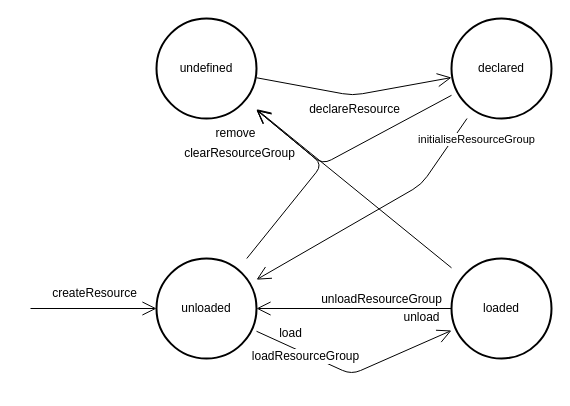
The draw.io diagram page "Page-3" (3 of 3) of Ogre/Ogre资源模块.drawio in VistorJeff/Knowledge, before the edit. Source tidied: cells renumbered, new cells numbered last; positions are measured from the earlier drawing's top-left corner, leaving out a move shared by most shapes. Both pictures are drawn from the tidied source at 100%, with x=0, y=0 at pixel (30, 18).
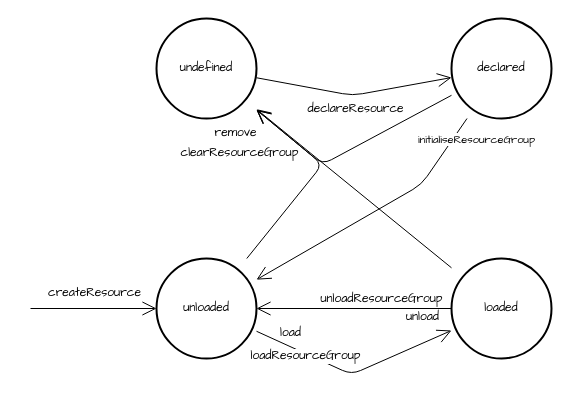
Above is the later version.

What changed in the source:
```diff
@@
-    <mxCell id="2" value="undefined" style="strokeWidth=2;html=1;shape=mxgraph.flowchart.start_2;whiteSpace=wrap;" parent="1" vertex="1">
+    <mxCell id="2" value="undefined" style="strokeWidth=2;html=1;shape=mxgraph.flowchart.start_2;whiteSpace=wrap;fontFamily=Comic Sans MS;" parent="1" vertex="1">
       <mxGeometry x="126" width="100" height="100" as="geometry" />
     </mxCell>
-    <mxCell id="3" value="declared" style="strokeWidth=2;html=1;shape=mxgraph.flowchart.start_2;whiteSpace=wrap;" parent="1" vertex="1">
+    <mxCell id="3" value="declared" style="strokeWidth=2;html=1;shape=mxgraph.flowchart.start_2;whiteSpace=wrap;fontFamily=Comic Sans MS;" parent="1" vertex="1">
       <mxGeometry x="421" width="100" height="100" as="geometry" />
     </mxCell>
-    <mxCell id="4" value="loaded" style="strokeWidth=2;html=1;shape=mxgraph.flowchart.start_2;whiteSpace=wrap;" parent="1" vertex="1">
+    <mxCell id="4" value="loaded" style="strokeWidth=2;html=1;shape=mxgraph.flowchart.start_2;whiteSpace=wrap;fontFamily=Comic Sans MS;" parent="1" vertex="1">
       <mxGeometry x="421" y="240" width="100" height="100" as="geometry" />
     </mxCell>
-    <mxCell id="5" value="unloaded" style="strokeWidth=2;html=1;shape=mxgraph.flowchart.start_2;whiteSpace=wrap;" parent="1" vertex="1">
+    <mxCell id="5" value="unloaded" style="strokeWidth=2;html=1;shape=mxgraph.flowchart.start_2;whiteSpace=wrap;fontFamily=Comic Sans MS;" parent="1" vertex="1">
       <mxGeometry x="126" y="240" width="100" height="100" as="geometry" />
     </mxCell>
-    <mxCell id="6" style="endArrow=open;endFill=1;endSize=12;html=1;" parent="1" edge="1" source="3" target="5">
+    <mxCell id="6" style="endArrow=open;endFill=1;endSize=12;html=1;fontFamily=Comic Sans MS;" parent="1" edge="1" source="3" target="5">
       <mxGeometry relative="1" as="geometry">
         <Array as="points">
           <mxPoint x="391" y="166" />
         </Array>
       </mxGeometry>
     </mxCell>
-    <mxCell id="7" value="initialiseResourceGroup" style="edgeLabel;html=1;align=center;verticalAlign=middle;rotation=0;" parent="6" vertex="1">
+    <mxCell id="7" value="initialiseResourceGroup" style="edgeLabel;html=1;align=center;verticalAlign=middle;rotation=0;fontFamily=Comic Sans MS;" parent="6" vertex="1">
       <mxGeometry x="0.11" y="-1" relative="1" as="geometry">
         <mxPoint x="115" y="-80" as="offset" />
       </mxGeometry>
     </mxCell>
-    <mxCell id="8" style="endArrow=open;endFill=1;endSize=12;html=1;" parent="1" edge="1" source="4" target="5">
+    <mxCell id="8" style="endArrow=open;endFill=1;endSize=12;html=1;fontFamily=Comic Sans MS;" parent="1" edge="1" source="4" target="5">
       <mxGeometry relative="1" as="geometry" />
     </mxCell>
-    <mxCell id="9" value="unloadResourceGroup" style="text;html=1;align=center;verticalAlign=middle;" parent="1" vertex="1">
-      <mxGeometry x="285" y="272" width="131" height="18" as="geometry" />
+    <mxCell id="9" value="unloadResourceGroup" style="text;html=1;align=center;verticalAlign=middle;fontFamily=Comic Sans MS;" parent="1" vertex="1">
+      <mxGeometry x="286" y="272" width="129" height="18" as="geometry" />
     </mxCell>
-    <mxCell id="10" style="endArrow=open;endFill=1;endSize=12;html=1;" parent="1" edge="1" target="5">
+    <mxCell id="10" style="endArrow=open;endFill=1;endSize=12;html=1;fontFamily=Comic Sans MS;" parent="1" edge="1" target="5">
       <mxGeometry relative="1" as="geometry">
         <mxPoint y="290" as="sourcePoint" />
       </mxGeometry>
     </mxCell>
-    <mxCell id="11" value="createResource" style="text;html=1;align=center;verticalAlign=middle;" parent="1" vertex="1">
-      <mxGeometry x="16" y="266" width="95" height="18" as="geometry" />
+    <mxCell id="11" value="createResource" style="text;html=1;align=center;verticalAlign=middle;fontFamily=Comic Sans MS;" parent="1" vertex="1">
+      <mxGeometry x="15" y="266" width="98" height="18" as="geometry" />
     </mxCell>
-    <mxCell id="12" style="endArrow=open;endFill=1;endSize=12;html=1;" parent="1" edge="1" source="5" target="2">
+    <mxCell id="12" style="endArrow=open;endFill=1;endSize=12;html=1;fontFamily=Comic Sans MS;" parent="1" edge="1" source="5" target="2">
       <mxGeometry relative="1" as="geometry">
         <Array as="points">
           <mxPoint x="292" y="146" />
         </Array>
       </mxGeometry>
     </mxCell>
-    <mxCell id="13" value="remove" style="text;html=1;align=center;verticalAlign=middle;labelBackgroundColor=#ffffff;" parent="1" vertex="1">
+    <mxCell id="13" value="remove" style="text;html=1;align=center;verticalAlign=middle;labelBackgroundColor=#ffffff;fontFamily=Comic Sans MS;" parent="1" vertex="1">
       <mxGeometry x="180" y="106" width="50" height="18" as="geometry" />
     </mxCell>
-    <mxCell id="14" style="endArrow=open;endFill=1;endSize=12;html=1;" parent="1" edge="1" source="3" target="2">
+    <mxCell id="14" style="endArrow=open;endFill=1;endSize=12;html=1;fontFamily=Comic Sans MS;" parent="1" edge="1" source="3" target="2">
       <mxGeometry relative="1" as="geometry">
         <Array as="points">
           <mxPoint x="292" y="146" />
         </Array>
       </mxGeometry>
     </mxCell>
-    <mxCell id="15" value="clearResourceGroup" style="text;html=1;align=center;verticalAlign=middle;labelBackgroundColor=#ffffff;" parent="1" vertex="1">
-      <mxGeometry x="149" y="126" width="120" height="18" as="geometry" />
+    <mxCell id="15" value="clearResourceGroup" style="text;html=1;align=center;verticalAlign=middle;labelBackgroundColor=#ffffff;fontFamily=Comic Sans MS;" parent="1" vertex="1">
+      <mxGeometry x="148" y="126" width="122" height="18" as="geometry" />
     </mxCell>
-    <mxCell id="16" style="endArrow=open;endFill=1;endSize=12;html=1;" parent="1" edge="1" source="4" target="2">
+    <mxCell id="16" style="endArrow=open;endFill=1;endSize=12;html=1;fontFamily=Comic Sans MS;" parent="1" edge="1" source="4" target="2">
       <mxGeometry relative="1" as="geometry" />
     </mxCell>
-    <mxCell id="17" style="endArrow=open;endFill=1;endSize=12;html=1;" parent="1" edge="1" source="2" target="3">
+    <mxCell id="17" style="endArrow=open;endFill=1;endSize=12;html=1;fontFamily=Comic Sans MS;" parent="1" edge="1" source="2" target="3">
       <mxGeometry relative="1" as="geometry">
         <Array as="points">
           <mxPoint x="322" y="77" />
         </Array>
       </mxGeometry>
     </mxCell>
-    <mxCell id="18" value="declareResource" style="text;html=1;align=center;verticalAlign=middle;" parent="1" vertex="1">
-      <mxGeometry x="274" y="82" width="100" height="18" as="geometry" />
+    <mxCell id="18" value="declareResource" style="text;html=1;align=center;verticalAlign=middle;fontFamily=Comic Sans MS;" parent="1" vertex="1">
+      <mxGeometry x="273" y="82" width="103" height="18" as="geometry" />
     </mxCell>
-    <mxCell id="19" value="unload" style="text;html=1;align=center;verticalAlign=middle;" parent="1" vertex="1">
-      <mxGeometry x="368" y="290" width="46" height="18" as="geometry" />
+    <mxCell id="19" value="unload" style="text;html=1;align=center;verticalAlign=middle;fontFamily=Comic Sans MS;" parent="1" vertex="1">
+      <mxGeometry x="369" y="290" width="45" height="18" as="geometry" />
     </mxCell>
-    <mxCell id="20" style="endArrow=open;endFill=1;endSize=12;html=1;" parent="1" edge="1" source="5" target="4">
+    <mxCell id="20" style="endArrow=open;endFill=1;endSize=12;html=1;fontFamily=Comic Sans MS;" parent="1" edge="1" source="5" target="4">
       <mxGeometry relative="1" as="geometry">
         <Array as="points">
           <mxPoint x="321" y="356" />
         </Array>
       </mxGeometry>
     </mxCell>
-    <mxCell id="21" value="load" style="text;html=1;align=center;verticalAlign=middle;labelBackgroundColor=#ffffff;" parent="1" vertex="1">
+    <mxCell id="21" value="load" style="text;html=1;align=center;verticalAlign=middle;labelBackgroundColor=#ffffff;fontFamily=Comic Sans MS;" parent="1" vertex="1">
       <mxGeometry x="244" y="306" width="32" height="18" as="geometry" />
     </mxCell>
-    <mxCell id="22" value="loadResourceGroup" style="text;html=1;align=center;verticalAlign=middle;labelBackgroundColor=#ffffff;" parent="1" vertex="1">
-      <mxGeometry x="216" y="329" width="117" height="18" as="geometry" />
+    <mxCell id="22" value="loadResourceGroup" style="text;html=1;align=center;verticalAlign=middle;labelBackgroundColor=#ffffff;fontFamily=Comic Sans MS;" parent="1" vertex="1">
+      <mxGeometry x="217" y="329" width="116" height="18" as="geometry" />
     </mxCell>
```
